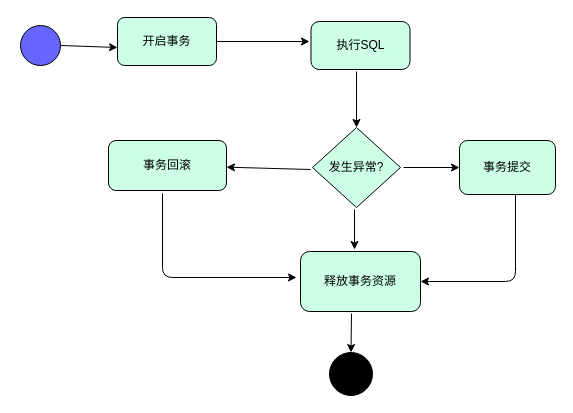
This is 事务执行流程.drawio from jiangeyu/draw.io, a draw.io file, before an edit. Source tidied: cells renumbered, new cells numbered last; positions are measured from the earlier drawing's top-left corner, leaving out a move shared by most shapes. Both pictures are drawn from the tidied source at 100%, with x=0, y=0 at pixel (20, 17).
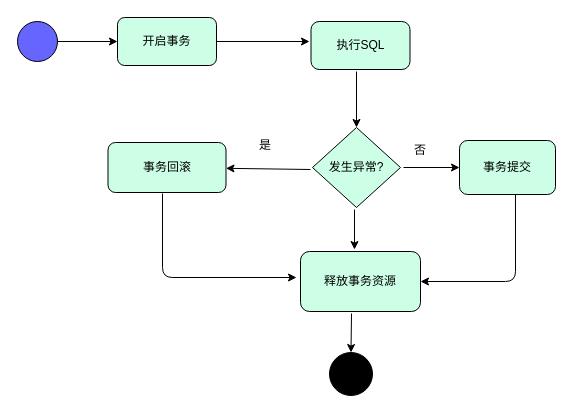
The same diagram, later.

Commit message:
更新事务执行流程.drawio

Unchanged cells that the change refers to:
```xml
<mxCell id="3" value="开启事务" style="rounded=1;whiteSpace=wrap;html=1;fillColor=#CCFFE6;" parent="1" vertex="1">
  <mxGeometry x="97" width="99" height="48" as="geometry" />
</mxCell>
```

What changed in the source:
```diff
@@
     <mxCell id="2" style="ellipse;whiteSpace=wrap;html=1;fillColor=#6666FF;" parent="1" vertex="1">
-      <mxGeometry y="8" width="40" height="40" as="geometry" />
+      <mxGeometry x="-3" y="4" width="40" height="40" as="geometry" />
     </mxCell>
@@
     <mxCell id="6" value="事务回滚" style="rounded=1;whiteSpace=wrap;html=1;fillColor=#CCFFE6;" parent="1" vertex="1">
-      <mxGeometry x="88" y="123" width="118" height="50" as="geometry" />
+      <mxGeometry x="87.5" y="125" width="118" height="50" as="geometry" />
     </mxCell>
@@
-    <mxCell id="10" style="endArrow=classic;html=1;exitX=1;exitY=0.5;exitDx=0;exitDy=0;entryX=0;entryY=0.625;entryDx=0;entryDy=0;entryPerimeter=0;" parent="1" edge="1" source="2" target="3">
+    <mxCell id="10" style="endArrow=classic;html=1;exitX=1;exitY=0.5;exitDx=0;exitDy=0;entryX=0;entryY=0.5;entryDx=0;entryDy=0;" parent="1" edge="1" source="2" target="3">
       <mxGeometry relative="1" as="geometry" />
     </mxCell>
@@
+    <mxCell id="19" value="否" style="text;html=1;strokeColor=none;fillColor=none;align=center;verticalAlign=middle;whiteSpace=wrap;rounded=0;" parent="1" vertex="1">
+      <mxGeometry x="380" y="123" width="40" height="20" as="geometry" />
+    </mxCell>
+    <mxCell id="20" value="是" style="text;html=1;strokeColor=none;fillColor=none;align=center;verticalAlign=middle;whiteSpace=wrap;rounded=0;" parent="1" vertex="1">
+      <mxGeometry x="225" y="118" width="40" height="20" as="geometry" />
+    </mxCell>
```
